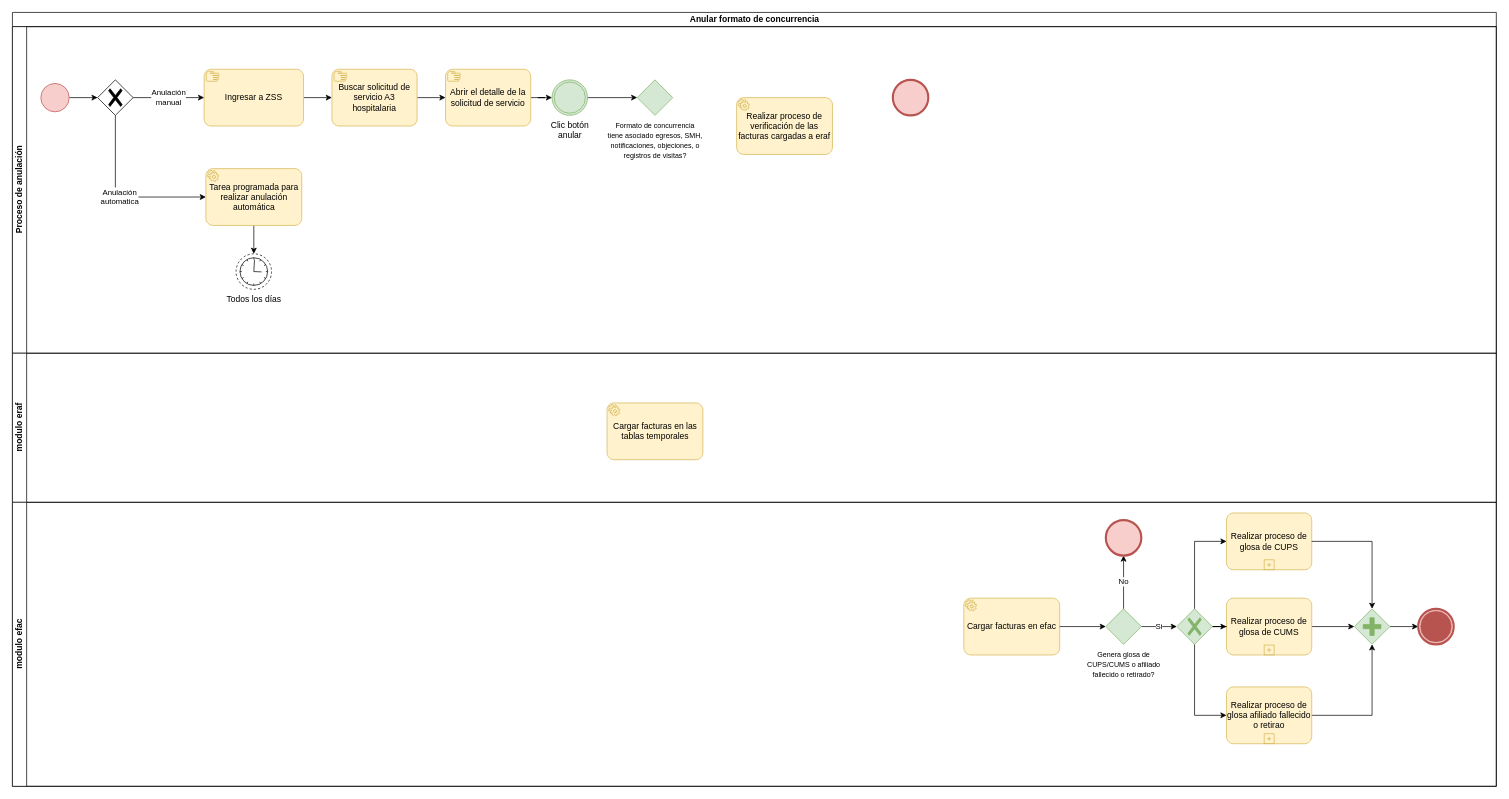
Above: Anular formato de concurrencia.drawio in kevinjporto/Diagramas-de-procesos (draw.io), before the change. Source tidied: cells renumbered, new cells numbered last; positions are measured from the earlier drawing's top-left corner, leaving out a move shared by most shapes. Both pictures are drawn from the tidied source at 71%, with x=0, y=0 at pixel (12, 12).
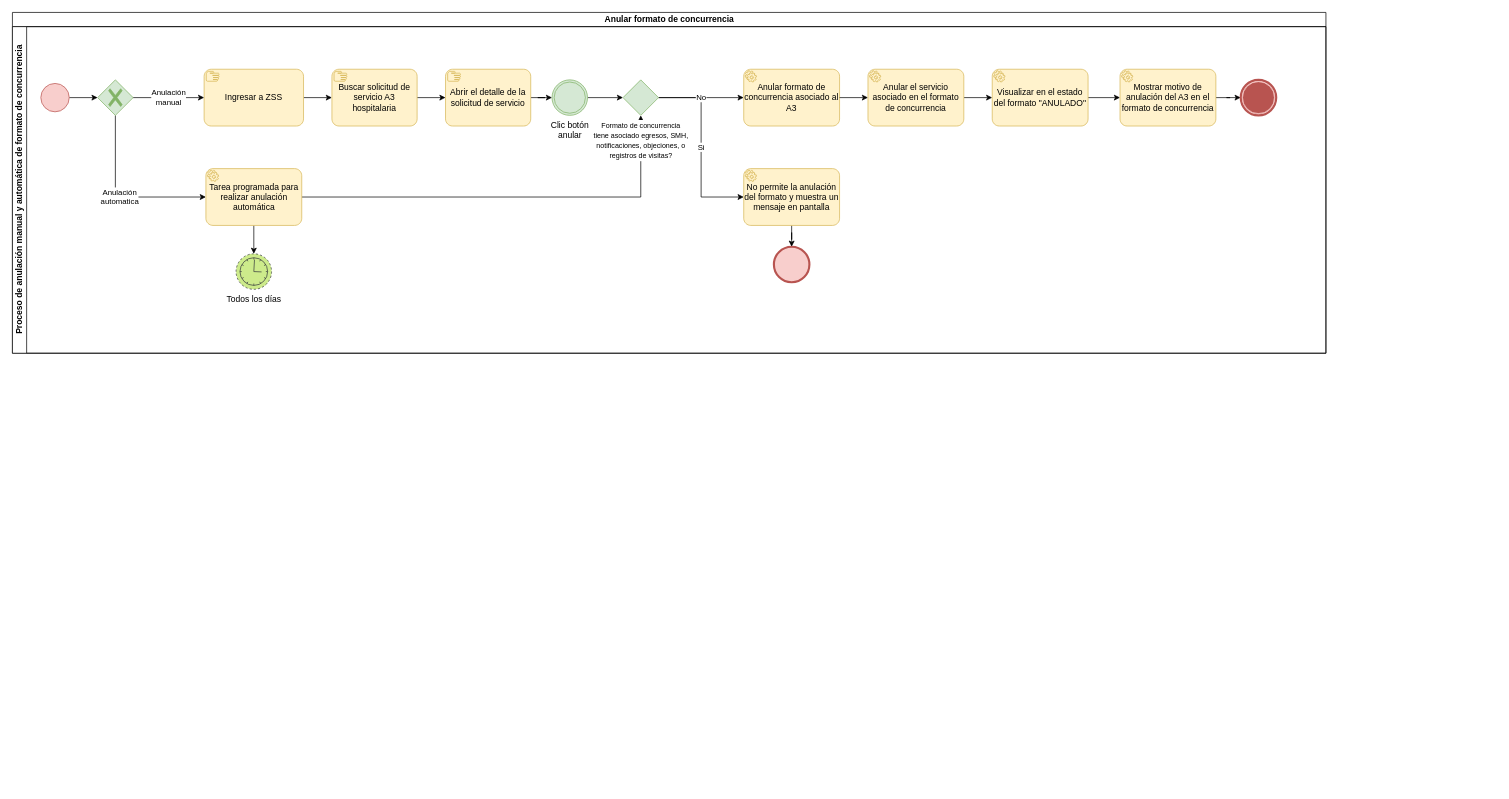
The same page after the edit.

Unchanged cells that the change refers to:
```xml
<mxCell id="19" value="Tarea programada para realizar anulación automática" style="points=[[0.25,0,0],[0.5,0,0],[0.75,0,0],[1,0.25,0],[1,0.5,0],[1,0.75,0],[0.75,1,0],[0.5,1,0],[0.25,1,0],[0,0.75,0],[0,0.5,0],[0,0.25,0]];shape=mxgraph.bpmn.task;whiteSpace=wrap;rectStyle=rounded;size=10;html=1;taskMarker=service;fillColor=#fff2cc;strokeColor=#d6b656;" parent="3" vertex="1">
  <mxGeometry x="272.5" y="200" width="135" height="80" as="geometry" />
</mxCell>
```

Change to the diagram source:
```diff
@@
     <mxCell id="2" value="Anular formato de concurrencia" style="swimlane;horizontal=1;startSize=20;html=1;" parent="1" vertex="1">
-      <mxGeometry width="2090" height="1090" as="geometry" />
+      <mxGeometry width="1850" height="480" as="geometry" />
     </mxCell>
-    <mxCell id="3" value="Proceso de anulación" style="swimlane;startSize=20;horizontal=0;html=1;" parent="2" vertex="1">
-      <mxGeometry y="20" width="2090" height="460" as="geometry" />
+    <mxCell id="3" value="Proceso de anulación manual y automática de formato de concurrencia" style="swimlane;startSize=20;horizontal=0;html=1;" parent="2" vertex="1">
+      <mxGeometry y="20" width="1850" height="460" as="geometry" />
     </mxCell>
+    <mxCell id="28" value="Si" style="edgeStyle=orthogonalEdgeStyle;rounded=0;jettySize=auto;html=1;entryX=0;entryY=0.5;entryDx=0;entryDy=0;entryPerimeter=0;" parent="3" edge="1" source="22" target="48">
+      <mxGeometry relative="1" as="geometry">
+        <Array as="points">
+          <mxPoint x="970" y="100" />
+          <mxPoint x="970" y="240" />
+        </Array>
+      </mxGeometry>
+    </mxCell>
+    <mxCell id="27" value="No" style="edgeStyle=orthogonalEdgeStyle;rounded=0;jettySize=auto;html=1;" parent="3" edge="1" source="22" target="13">
+      <mxGeometry relative="1" as="geometry" />
+    </mxCell>
@@
+    <mxCell id="45" style="edgeStyle=orthogonalEdgeStyle;rounded=0;jettySize=auto;html=1;" parent="3" edge="1" source="54" target="50">
+      <mxGeometry relative="1" as="geometry" />
+    </mxCell>
-    <mxCell id="13" value="Realizar proceso de verificación de las facturas cargadas a eraf" style="points=[[0.25,0,0],[0.5,0,0],[0.75,0,0],[1,0.25,0],[1,0.5,0],[1,0.75,0],[0.75,1,0],[0.5,1,0],[0.25,1,0],[0,0.75,0],[0,0.5,0],[0,0.25,0]];shape=mxgraph.bpmn.task;whiteSpace=wrap;rectStyle=rounded;size=10;html=1;taskMarker=service;fillColor=#fff2cc;strokeColor=#d6b656;" parent="3" vertex="1">
-      <mxGeometry x="1020" y="100" width="135" height="80" as="geometry" />
+    <mxCell id="13" value="Anular formato de concurrencia asociado al A3" style="points=[[0.25,0,0],[0.5,0,0],[0.75,0,0],[1,0.25,0],[1,0.5,0],[1,0.75,0],[0.75,1,0],[0.5,1,0],[0.25,1,0],[0,0.75,0],[0,0.5,0],[0,0.25,0]];shape=mxgraph.bpmn.task;whiteSpace=wrap;rectStyle=rounded;size=10;html=1;taskMarker=service;fillColor=#fff2cc;strokeColor=#d6b656;" parent="3" vertex="1">
+      <mxGeometry x="1030" y="60" width="135" height="80" as="geometry" />
     </mxCell>
     <mxCell id="14" style="points=[[0.145,0.145,0],[0.5,0,0],[0.855,0.145,0],[1,0.5,0],[0.855,0.855,0],[0.5,1,0],[0.145,0.855,0],[0,0.5,0]];shape=mxgraph.bpmn.event;html=1;verticalLabelPosition=bottom;labelBackgroundColor=#ffffff;verticalAlign=top;align=center;perimeter=ellipsePerimeter;outlineConnect=0;outline=end;symbol=terminate2;fillColor=#f8cecc;strokeColor=#b85450;" parent="3" vertex="1">
-      <mxGeometry x="1240" y="75" width="50" height="50" as="geometry" />
+      <mxGeometry x="1072.5" y="310" width="50" height="50" as="geometry" />
     </mxCell>
@@
-    <mxCell id="17" style="points=[[0.25,0.25,0],[0.5,0,0],[0.75,0.25,0],[1,0.5,0],[0.75,0.75,0],[0.5,1,0],[0.25,0.75,0],[0,0.5,0]];shape=mxgraph.bpmn.gateway2;html=1;verticalLabelPosition=bottom;labelBackgroundColor=#ffffff;verticalAlign=top;align=center;perimeter=rhombusPerimeter;outlineConnect=0;outline=none;symbol=none;gwType=exclusive;" parent="3" vertex="1">
+    <mxCell id="17" style="points=[[0.25,0.25,0],[0.5,0,0],[0.75,0.25,0],[1,0.5,0],[0.75,0.75,0],[0.5,1,0],[0.25,0.75,0],[0,0.5,0]];shape=mxgraph.bpmn.gateway2;html=1;verticalLabelPosition=bottom;labelBackgroundColor=#ffffff;verticalAlign=top;align=center;perimeter=rhombusPerimeter;outlineConnect=0;outline=none;symbol=none;gwType=exclusive;fillColor=#d5e8d4;strokeColor=#82b366;" parent="3" vertex="1">
       <mxGeometry x="120" y="75" width="50" height="50" as="geometry" />
     </mxCell>
-    <mxCell id="18" value="Todos los días" style="points=[[0.145,0.145,0],[0.5,0,0],[0.855,0.145,0],[1,0.5,0],[0.855,0.855,0],[0.5,1,0],[0.145,0.855,0],[0,0.5,0]];shape=mxgraph.bpmn.event;html=1;verticalLabelPosition=bottom;labelBackgroundColor=#ffffff;verticalAlign=top;align=center;perimeter=ellipsePerimeter;outlineConnect=0;outline=eventNonint;symbol=timer;" parent="3" vertex="1">
+    <mxCell id="18" value="Todos los días" style="points=[[0.145,0.145,0],[0.5,0,0],[0.855,0.145,0],[1,0.5,0],[0.855,0.855,0],[0.5,1,0],[0.145,0.855,0],[0,0.5,0]];shape=mxgraph.bpmn.event;html=1;verticalLabelPosition=bottom;labelBackgroundColor=#ffffff;verticalAlign=top;align=center;perimeter=ellipsePerimeter;outlineConnect=0;outline=eventNonint;symbol=timer;fillColor=#cdeb8b;strokeColor=#36393d;" parent="3" vertex="1">
       <mxGeometry x="315" y="320" width="50" height="50" as="geometry" />
     </mxCell>
+    <mxCell id="46" style="edgeStyle=orthogonalEdgeStyle;rounded=0;jettySize=auto;html=1;entryX=0.5;entryY=1;entryDx=0;entryDy=0;entryPerimeter=0;" parent="3" edge="1" source="19" target="22">
+      <mxGeometry relative="1" as="geometry" />
+    </mxCell>
@@
     <mxCell id="22" value="&lt;font size=&quot;1&quot;&gt;Formato de concurrencia&lt;br&gt;tiene asociado egresos, SMH,&lt;br&gt;notificaciones, objeciones, o&lt;br&gt;registros de visitas?&lt;br&gt;&lt;/font&gt;" style="points=[[0.25,0.25,0],[0.5,0,0],[0.75,0.25,0],[1,0.5,0],[0.75,0.75,0],[0.5,1,0],[0.25,0.75,0],[0,0.5,0]];shape=mxgraph.bpmn.gateway2;html=1;verticalLabelPosition=bottom;labelBackgroundColor=#ffffff;verticalAlign=top;align=center;perimeter=rhombusPerimeter;outlineConnect=0;outline=none;symbol=none;fillColor=#d5e8d4;strokeColor=#82b366;" parent="3" vertex="1">
-      <mxGeometry x="880" y="75" width="50" height="50" as="geometry" />
+      <mxGeometry x="860" y="75" width="50" height="50" as="geometry" />
     </mxCell>
-    <mxCell id="23" value="modulo eraf" style="swimlane;startSize=20;horizontal=0;html=1;" parent="2" vertex="1">
-      <mxGeometry y="480" width="2090" height="210" as="geometry" />
-    </mxCell>
-    <mxCell id="24" value="Cargar facturas en las tablas temporales" style="shape=mxgraph.bpmn.task;whiteSpace=wrap;rectStyle=rounded;size=10;html=1;taskMarker=service;fillColor=#fff2cc;strokeColor=#d6b656;" parent="23" vertex="1">
-      <mxGeometry x="837.5" y="70" width="135" height="80" as="geometry" />
-    </mxCell>
-    <mxCell id="25" value="modulo efac" style="swimlane;startSize=20;horizontal=0;html=1;" parent="2" vertex="1">
-      <mxGeometry y="690" width="2090" height="400" as="geometry" />
-    </mxCell>
-    <mxCell id="26" value="Cargar facturas en efac" style="points=[[0.25,0,0],[0.5,0,0],[0.75,0,0],[1,0.25,0],[1,0.5,0],[1,0.75,0],[0.75,1,0],[0.5,1,0],[0.25,1,0],[0,0.75,0],[0,0.5,0],[0,0.25,0]];shape=mxgraph.bpmn.task;whiteSpace=wrap;rectStyle=rounded;size=10;html=1;taskMarker=service;fillColor=#fff2cc;strokeColor=#d6b656;" parent="25" vertex="1">
-      <mxGeometry x="1340" y="135" width="135" height="80" as="geometry" />
-    </mxCell>
-    <mxCell id="27" value="No" style="edgeStyle=orthogonalEdgeStyle;rounded=0;jettySize=auto;html=1;" parent="25" edge="1" source="29" target="31">
-      <mxGeometry relative="1" as="geometry" />
-    </mxCell>
-    <mxCell id="28" value="Si" style="edgeStyle=orthogonalEdgeStyle;rounded=0;jettySize=auto;html=1;" parent="25" edge="1" source="29" target="41">
-      <mxGeometry relative="1" as="geometry" />
-    </mxCell>
-    <mxCell id="29" value="&lt;font size=&quot;1&quot;&gt;Genera glosa de &lt;br&gt;CUPS/CUMS o afiliado &lt;br&gt;fallecido o retirado?&lt;br&gt;&lt;/font&gt;" style="points=[[0.25,0.25,0],[0.5,0,0],[0.75,0.25,0],[1,0.5,0],[0.75,0.75,0],[0.5,1,0],[0.25,0.75,0],[0,0.5,0]];shape=mxgraph.bpmn.gateway2;html=1;verticalLabelPosition=bottom;labelBackgroundColor=#ffffff;verticalAlign=top;align=center;perimeter=rhombusPerimeter;outlineConnect=0;outline=none;symbol=none;fillColor=#d5e8d4;strokeColor=#82b366;" parent="25" vertex="1">
-      <mxGeometry x="1540" y="150" width="50" height="50" as="geometry" />
-    </mxCell>
-    <mxCell id="30" style="edgeStyle=orthogonalEdgeStyle;rounded=0;jettySize=auto;html=1;" parent="25" edge="1" source="26" target="29">
-      <mxGeometry relative="1" as="geometry" />
-    </mxCell>
-    <mxCell id="31" style="points=[[0.145,0.145,0],[0.5,0,0],[0.855,0.145,0],[1,0.5,0],[0.855,0.855,0],[0.5,1,0],[0.145,0.855,0],[0,0.5,0]];shape=mxgraph.bpmn.event;html=1;verticalLabelPosition=bottom;labelBackgroundColor=#ffffff;verticalAlign=top;align=center;perimeter=ellipsePerimeter;outlineConnect=0;outline=end;symbol=terminate2;fillColor=#f8cecc;strokeColor=#b85450;" parent="25" vertex="1">
-      <mxGeometry x="1540" y="25" width="50" height="50" as="geometry" />
-    </mxCell>
-    <mxCell id="32" style="edgeStyle=orthogonalEdgeStyle;rounded=0;jettySize=auto;html=1;entryX=0;entryY=0.5;entryDx=0;entryDy=0;entryPerimeter=0;" parent="25" edge="1" source="33" target="34">
-      <mxGeometry relative="1" as="geometry" />
-    </mxCell>
-    <mxCell id="33" style="points=[[0.25,0.25,0],[0.5,0,0],[0.75,0.25,0],[1,0.5,0],[0.75,0.75,0],[0.5,1,0],[0.25,0.75,0],[0,0.5,0]];shape=mxgraph.bpmn.gateway2;html=1;verticalLabelPosition=bottom;labelBackgroundColor=#ffffff;verticalAlign=top;align=center;perimeter=rhombusPerimeter;outlineConnect=0;outline=none;symbol=none;gwType=parallel;fillColor=#d5e8d4;strokeColor=#82b366;" parent="25" vertex="1">
-      <mxGeometry x="1890" y="150" width="50" height="50" as="geometry" />
-    </mxCell>
-    <mxCell id="34" style="points=[[0.145,0.145,0],[0.5,0,0],[0.855,0.145,0],[1,0.5,0],[0.855,0.855,0],[0.5,1,0],[0.145,0.855,0],[0,0.5,0]];shape=mxgraph.bpmn.event;html=1;verticalLabelPosition=bottom;labelBackgroundColor=#ffffff;verticalAlign=top;align=center;perimeter=ellipsePerimeter;outlineConnect=0;outline=end;symbol=terminate;fillColor=#f8cecc;strokeColor=#b85450;" parent="25" vertex="1">
-      <mxGeometry x="1980" y="150" width="50" height="50" as="geometry" />
-    </mxCell>
-    <mxCell id="35" value="Realizar proceso de glosa de CUPS" style="points=[[0.25,0,0],[0.5,0,0],[0.75,0,0],[1,0.25,0],[1,0.5,0],[1,0.75,0],[0.75,1,0],[0.5,1,0],[0.25,1,0],[0,0.75,0],[0,0.5,0],[0,0.25,0]];shape=mxgraph.bpmn.task;whiteSpace=wrap;rectStyle=rounded;size=10;html=1;taskMarker=abstract;isLoopSub=1;fillColor=#fff2cc;strokeColor=#d6b656;" parent="25" vertex="1">
-      <mxGeometry x="1710" y="15" width="120" height="80" as="geometry" />
-    </mxCell>
-    <mxCell id="36" style="edgeStyle=orthogonalEdgeStyle;rounded=0;jettySize=auto;html=1;" parent="25" edge="1" source="37" target="33">
-      <mxGeometry relative="1" as="geometry" />
-    </mxCell>
-    <mxCell id="37" value="Realizar proceso de glosa de CUMS" style="points=[[0.25,0,0],[0.5,0,0],[0.75,0,0],[1,0.25,0],[1,0.5,0],[1,0.75,0],[0.75,1,0],[0.5,1,0],[0.25,1,0],[0,0.75,0],[0,0.5,0],[0,0.25,0]];shape=mxgraph.bpmn.task;whiteSpace=wrap;rectStyle=rounded;size=10;html=1;taskMarker=abstract;isLoopSub=1;fillColor=#fff2cc;strokeColor=#d6b656;" parent="25" vertex="1">
-      <mxGeometry x="1710" y="135" width="120" height="80" as="geometry" />
-    </mxCell>
-    <mxCell id="38" style="edgeStyle=orthogonalEdgeStyle;rounded=0;jettySize=auto;html=1;entryX=0;entryY=0.5;entryDx=0;entryDy=0;entryPerimeter=0;" parent="25" edge="1" source="41" target="35">
-      <mxGeometry relative="1" as="geometry">
-        <Array as="points">
-          <mxPoint x="1665" y="55" />
-        </Array>
-      </mxGeometry>
-    </mxCell>
-    <mxCell id="39" style="edgeStyle=orthogonalEdgeStyle;rounded=0;jettySize=auto;html=1;" parent="25" edge="1" source="41" target="37">
-      <mxGeometry relative="1" as="geometry" />
-    </mxCell>
-    <mxCell id="40" style="edgeStyle=orthogonalEdgeStyle;rounded=0;jettySize=auto;html=1;entryX=0;entryY=0.5;entryDx=0;entryDy=0;entryPerimeter=0;exitX=0.5;exitY=1;exitDx=0;exitDy=0;exitPerimeter=0;" parent="25" edge="1" source="41" target="43">
-      <mxGeometry relative="1" as="geometry">
-        <Array as="points">
-          <mxPoint x="1665" y="300" />
-        </Array>
-      </mxGeometry>
-    </mxCell>
-    <mxCell id="41" style="points=[[0.25,0.25,0],[0.5,0,0],[0.75,0.25,0],[1,0.5,0],[0.75,0.75,0],[0.5,1,0],[0.25,0.75,0],[0,0.5,0]];shape=mxgraph.bpmn.gateway2;html=1;verticalLabelPosition=bottom;labelBackgroundColor=#ffffff;verticalAlign=top;align=center;perimeter=rhombusPerimeter;outlineConnect=0;outline=none;symbol=none;gwType=exclusive;fillColor=#d5e8d4;strokeColor=#82b366;" parent="25" vertex="1">
-      <mxGeometry x="1640" y="150" width="50" height="50" as="geometry" />
-    </mxCell>
-    <mxCell id="42" style="edgeStyle=orthogonalEdgeStyle;rounded=0;jettySize=auto;html=1;" parent="25" edge="1" source="43" target="33">
-      <mxGeometry relative="1" as="geometry" />
-    </mxCell>
-    <mxCell id="43" value="Realizar proceso de glosa afiliado fallecido o retirao" style="points=[[0.25,0,0],[0.5,0,0],[0.75,0,0],[1,0.25,0],[1,0.5,0],[1,0.75,0],[0.75,1,0],[0.5,1,0],[0.25,1,0],[0,0.75,0],[0,0.5,0],[0,0.25,0]];shape=mxgraph.bpmn.task;whiteSpace=wrap;rectStyle=rounded;size=10;html=1;taskMarker=abstract;isLoopSub=1;fillColor=#fff2cc;strokeColor=#d6b656;" parent="25" vertex="1">
-      <mxGeometry x="1710" y="260" width="120" height="80" as="geometry" />
-    </mxCell>
-    <mxCell id="44" style="edgeStyle=orthogonalEdgeStyle;rounded=0;jettySize=auto;html=1;entryX=0.5;entryY=0;entryDx=0;entryDy=0;entryPerimeter=0;" parent="25" edge="1" source="35" target="33">
-      <mxGeometry relative="1" as="geometry" />
-    </mxCell>
+    <mxCell id="47" style="edgeStyle=orthogonalEdgeStyle;rounded=0;jettySize=auto;html=1;" parent="3" edge="1" source="48" target="14">
+      <mxGeometry relative="1" as="geometry" />
+    </mxCell>
+    <mxCell id="48" value="No permite la anulación del formato y muestra un mensaje en pantalla" style="points=[[0.25,0,0],[0.5,0,0],[0.75,0,0],[1,0.25,0],[1,0.5,0],[1,0.75,0],[0.75,1,0],[0.5,1,0],[0.25,1,0],[0,0.75,0],[0,0.5,0],[0,0.25,0]];shape=mxgraph.bpmn.task;whiteSpace=wrap;rectStyle=rounded;size=10;html=1;taskMarker=service;fillColor=#fff2cc;strokeColor=#d6b656;" parent="3" vertex="1">
+      <mxGeometry x="1030" y="200" width="135" height="80" as="geometry" />
+    </mxCell>
+    <mxCell id="49" style="edgeStyle=orthogonalEdgeStyle;rounded=0;jettySize=auto;html=1;" parent="3" edge="1" source="50" target="52">
+      <mxGeometry relative="1" as="geometry" />
+    </mxCell>
+    <mxCell id="50" value="Visualizar en el estado del formato &quot;ANULADO&quot;" style="points=[[0.25,0,0],[0.5,0,0],[0.75,0,0],[1,0.25,0],[1,0.5,0],[1,0.75,0],[0.75,1,0],[0.5,1,0],[0.25,1,0],[0,0.75,0],[0,0.5,0],[0,0.25,0]];shape=mxgraph.bpmn.task;whiteSpace=wrap;rectStyle=rounded;size=10;html=1;taskMarker=service;fillColor=#fff2cc;strokeColor=#d6b656;" parent="3" vertex="1">
+      <mxGeometry x="1380" y="60" width="135" height="80" as="geometry" />
+    </mxCell>
+    <mxCell id="51" style="edgeStyle=orthogonalEdgeStyle;rounded=0;jettySize=auto;html=1;" parent="3" edge="1" source="52" target="53">
+      <mxGeometry relative="1" as="geometry" />
+    </mxCell>
+    <mxCell id="52" value="Mostrar motivo de anulación del A3 en el formato de concurrencia" style="points=[[0.25,0,0],[0.5,0,0],[0.75,0,0],[1,0.25,0],[1,0.5,0],[1,0.75,0],[0.75,1,0],[0.5,1,0],[0.25,1,0],[0,0.75,0],[0,0.5,0],[0,0.25,0]];shape=mxgraph.bpmn.task;whiteSpace=wrap;rectStyle=rounded;size=10;html=1;taskMarker=service;fillColor=#fff2cc;strokeColor=#d6b656;" parent="3" vertex="1">
+      <mxGeometry x="1560" y="60" width="135" height="80" as="geometry" />
+    </mxCell>
+    <mxCell id="53" style="points=[[0.145,0.145,0],[0.5,0,0],[0.855,0.145,0],[1,0.5,0],[0.855,0.855,0],[0.5,1,0],[0.145,0.855,0],[0,0.5,0]];shape=mxgraph.bpmn.event;html=1;verticalLabelPosition=bottom;labelBackgroundColor=#ffffff;verticalAlign=top;align=center;perimeter=ellipsePerimeter;outlineConnect=0;outline=end;symbol=terminate;fillColor=#f8cecc;strokeColor=#b85450;" parent="3" vertex="1">
+      <mxGeometry x="1730" y="75" width="50" height="50" as="geometry" />
+    </mxCell>
+    <mxCell id="54" value="Anular el servicio asociado en el formato de concurrencia" style="points=[[0.25,0,0],[0.5,0,0],[0.75,0,0],[1,0.25,0],[1,0.5,0],[1,0.75,0],[0.75,1,0],[0.5,1,0],[0.25,1,0],[0,0.75,0],[0,0.5,0],[0,0.25,0]];shape=mxgraph.bpmn.task;whiteSpace=wrap;rectStyle=rounded;size=10;html=1;taskMarker=service;fillColor=#fff2cc;strokeColor=#d6b656;" parent="3" vertex="1">
+      <mxGeometry x="1205" y="60" width="135" height="80" as="geometry" />
+    </mxCell>
+    <mxCell id="55" style="edgeStyle=orthogonalEdgeStyle;rounded=0;jettySize=auto;html=1;exitX=1;exitY=0.5;exitDx=0;exitDy=0;exitPerimeter=0;" parent="3" edge="1" source="13" target="54">
+      <mxGeometry relative="1" as="geometry" />
+    </mxCell>
```
